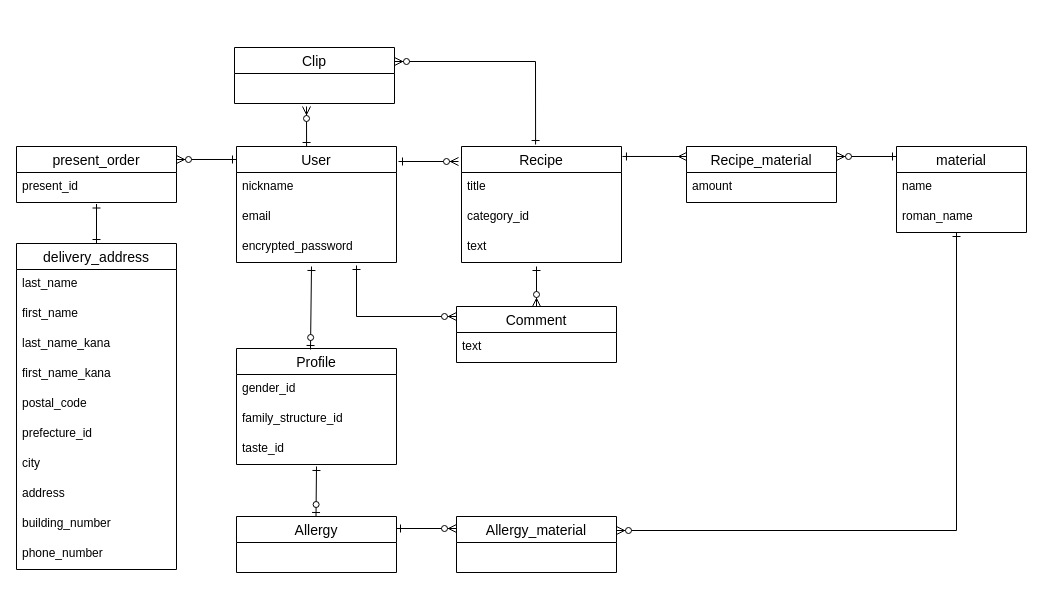
Before: ER.dio in leo-note/leo-recipe, a draw.io diagram. Source tidied: cells renumbered, new cells numbered last; positions are measured from the earlier drawing's top-left corner, leaving out a move shared by most shapes. Both pictures are drawn from the tidied source at 100%, with x=0, y=0 at pixel (16, 47).
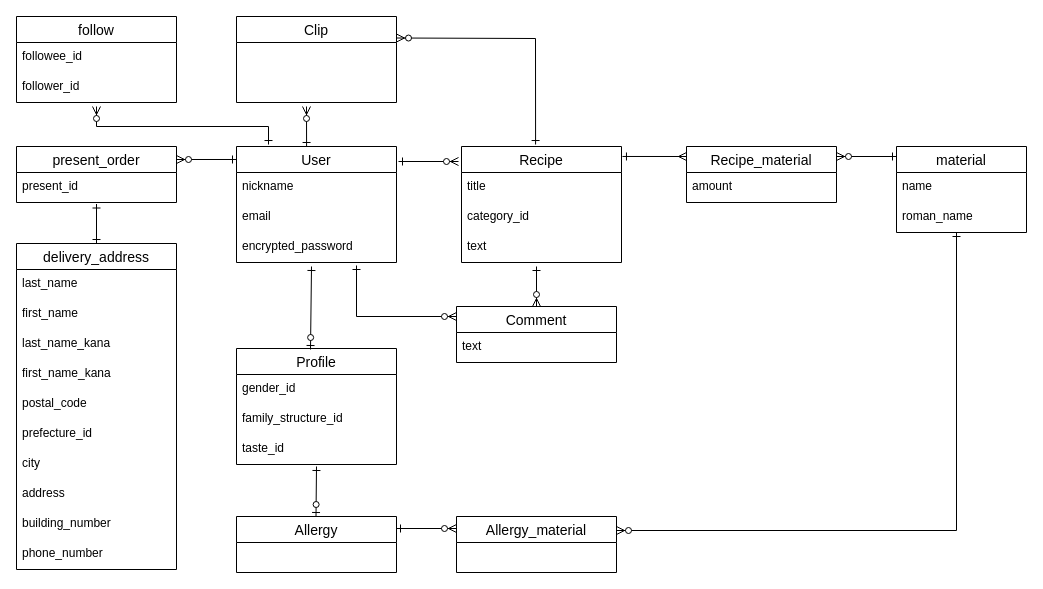
The same page after the edit.

The change refers to these unchanged cells:
```xml
<mxCell id="2" value="User" style="swimlane;fontStyle=0;horizontal=1;startSize=26;align=center;fontSize=14;" parent="1" vertex="1">
  <mxGeometry x="220" y="99" width="160" height="116" as="geometry" />
</mxCell>
<mxCell id="11" value="Recipe" style="swimlane;fontStyle=0;horizontal=1;startSize=26;align=center;fontSize=14;" parent="1" vertex="1">
  <mxGeometry x="445" y="99" width="160" height="116" as="geometry" />
</mxCell>
```

Change to the diagram source:
```diff
@@
     <mxCell id="20" value="Clip" style="swimlane;fontStyle=0;horizontal=1;startSize=26;align=center;fontSize=14;" parent="1" vertex="1">
-      <mxGeometry x="218" width="160" height="56" as="geometry" />
+      <mxGeometry x="220" y="-31" width="160" height="86" as="geometry" />
     </mxCell>
@@
     <mxCell id="38" style="endArrow=ERone;html=1;rounded=0;startArrow=ERzeroToMany;startFill=1;endFill=0;entryX=0.463;entryY=-0.017;entryDx=0;entryDy=0;entryPerimeter=0;exitX=1;exitY=0.25;exitDx=0;exitDy=0;" parent="1" edge="1" source="20" target="11">
       <mxGeometry relative="1" as="geometry">
         <Array as="points">
-          <mxPoint x="519" y="14" />
+          <mxPoint x="519" y="-9" />
         </Array>
       </mxGeometry>
     </mxCell>
@@
+    <mxCell id="51" value="follow" style="swimlane;fontStyle=0;horizontal=1;startSize=26;align=center;fontSize=14;" parent="1" vertex="1">
+      <mxGeometry y="-31" width="160" height="86" as="geometry" />
+    </mxCell>
+    <mxCell id="52" value="followee_id" style="text;strokeColor=none;fillColor=none;spacingLeft=4;spacingRight=4;overflow=hidden;fontSize=12;" parent="51" vertex="1">
+      <mxGeometry y="26" width="160" height="30" as="geometry" />
+    </mxCell>
+    <mxCell id="53" value="follower_id" style="text;strokeColor=none;fillColor=none;spacingLeft=4;spacingRight=4;overflow=hidden;fontSize=12;" parent="51" vertex="1">
+      <mxGeometry y="56" width="160" height="30" as="geometry" />
+    </mxCell>
+    <mxCell id="54" style="endArrow=ERone;html=1;rounded=0;startArrow=ERzeroToMany;startFill=1;endFill=0;entryX=0.2;entryY=-0.017;entryDx=0;entryDy=0;entryPerimeter=0;" parent="1" edge="1" target="2">
+      <mxGeometry relative="1" as="geometry">
+        <mxPoint x="80" y="59" as="sourcePoint" />
+        <Array as="points">
+          <mxPoint x="80" y="79" />
+          <mxPoint x="252" y="79" />
+        </Array>
+      </mxGeometry>
+    </mxCell>
```
